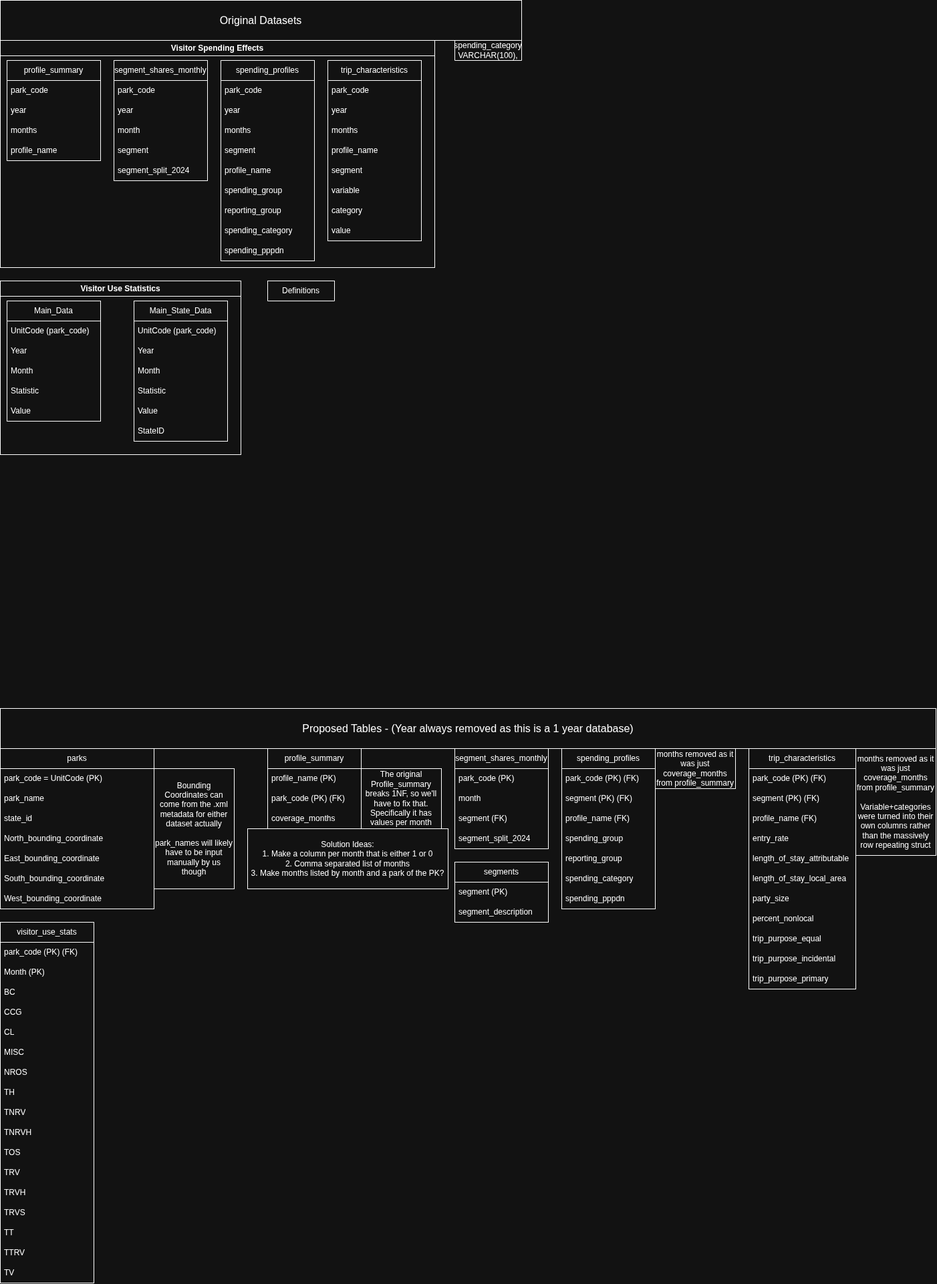
The draw.io diagram NP_Analysis_TableOverviewAndPlanning.drawio.png in PoisonAssassin13/IEM4723_NP_Analysists, before a commit. Source tidied: cells renumbered, new cells last; positions are measured from the earlier drawing's top-left corner, leaving out a move shared by most shapes.
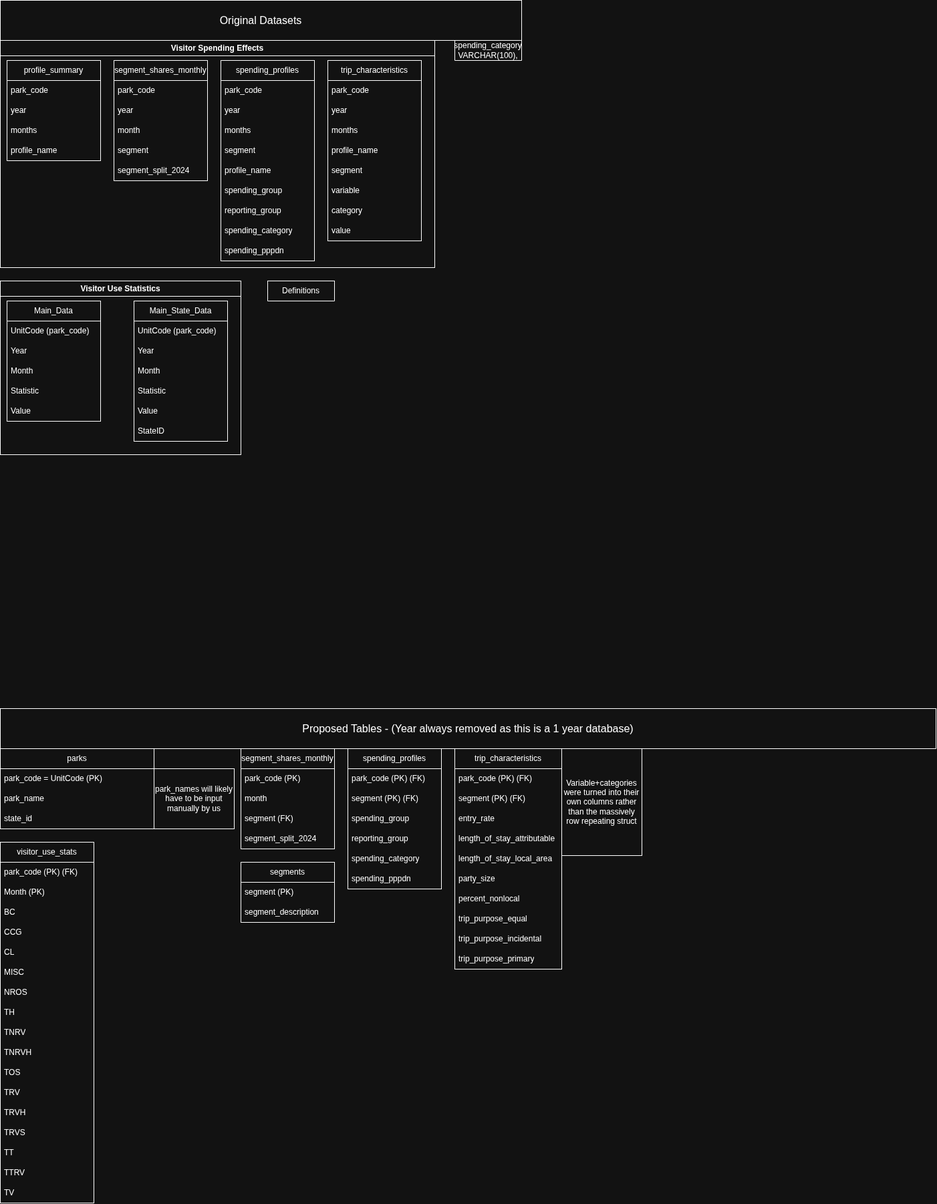
The same diagram one commit later.

Commit message:
Removing Profile Summary table and references to such for purposes of cleaner database design.

What changed in the source:
```diff
@@ -150,7 +150,7 @@
       <mxGeometry y="1060" width="1400" height="60" as="geometry" />
     </mxCell>
     <mxCell id="51" value="parks" style="swimlane;fontStyle=0;horizontal=1;startSize=30;whiteSpace=wrap;html=1;" parent="1" vertex="1">
-      <mxGeometry y="1120" width="230" height="240" as="geometry" />
+      <mxGeometry y="1120" width="230" height="120" as="geometry" />
     </mxCell>
     <mxCell id="52" value="park_code = UnitCode (PK)" style="text;strokeColor=none;fillColor=none;align=left;verticalAlign=middle;spacingLeft=4;spacingRight=4;overflow=hidden;whiteSpace=wrap;html=1;" parent="51" vertex="1">
       <mxGeometry y="30" width="230" height="30" as="geometry" />
@@ -161,38 +161,11 @@
     <mxCell id="54" value="state_id" style="text;strokeColor=none;fillColor=none;align=left;verticalAlign=middle;spacingLeft=4;spacingRight=4;overflow=hidden;whiteSpace=wrap;html=1;" parent="51" vertex="1">
       <mxGeometry y="90" width="230" height="30" as="geometry" />
     </mxCell>
-    <mxCell id="55" value="North_bounding_coordinate" style="text;strokeColor=none;fillColor=none;align=left;verticalAlign=middle;spacingLeft=4;spacingRight=4;overflow=hidden;whiteSpace=wrap;html=1;" parent="51" vertex="1">
-      <mxGeometry y="120" width="230" height="30" as="geometry" />
-    </mxCell>
-    <mxCell id="56" value="East_bounding_coordinate" style="text;strokeColor=none;fillColor=none;align=left;verticalAlign=middle;spacingLeft=4;spacingRight=4;overflow=hidden;whiteSpace=wrap;html=1;" parent="51" vertex="1">
-      <mxGeometry y="150" width="230" height="30" as="geometry" />
-    </mxCell>
-    <mxCell id="57" value="South_bounding_coordinate" style="text;strokeColor=none;fillColor=none;align=left;verticalAlign=middle;spacingLeft=4;spacingRight=4;overflow=hidden;whiteSpace=wrap;html=1;" parent="51" vertex="1">
-      <mxGeometry y="180" width="230" height="30" as="geometry" />
-    </mxCell>
-    <mxCell id="58" value="West_bounding_coordinate" style="text;strokeColor=none;fillColor=none;align=left;verticalAlign=middle;spacingLeft=4;spacingRight=4;overflow=hidden;whiteSpace=wrap;html=1;" parent="51" vertex="1">
-      <mxGeometry y="210" width="230" height="30" as="geometry" />
-    </mxCell>
-    <mxCell id="59" value="Bounding Coordinates can come from the .xml metadata for either dataset actually&lt;div&gt;&lt;br&gt;&lt;/div&gt;&lt;div&gt;park_names will likely have to be input manually by us though&lt;/div&gt;" style="rounded=0;whiteSpace=wrap;html=1;" parent="1" vertex="1">
-      <mxGeometry x="230" y="1150" width="120" height="180" as="geometry" />
+    <mxCell id="59" value="&lt;div&gt;&lt;span style=&quot;background-color: transparent; color: light-dark(#000000, var(--ge-light-color, #ffffff));&quot;&gt;park_names will likely have to be input manually by us&lt;/span&gt;&lt;/div&gt;" style="rounded=0;whiteSpace=wrap;html=1;" parent="1" vertex="1">
+      <mxGeometry x="230" y="1150" width="120" height="90" as="geometry" />
     </mxCell>
-    <mxCell id="60" value="profile_summary" style="swimlane;fontStyle=0;horizontal=1;startSize=30;whiteSpace=wrap;html=1;" parent="1" vertex="1">
-      <mxGeometry x="400" y="1120" width="140" height="120" as="geometry" />
-    </mxCell>
-    <mxCell id="61" value="profile_name (PK)" style="text;strokeColor=none;fillColor=none;align=left;verticalAlign=middle;spacingLeft=4;spacingRight=4;overflow=hidden;whiteSpace=wrap;html=1;" parent="60" vertex="1">
-      <mxGeometry y="30" width="140" height="30" as="geometry" />
-    </mxCell>
-    <mxCell id="62" value="park_code (PK) (FK)" style="text;strokeColor=none;fillColor=none;align=left;verticalAlign=middle;spacingLeft=4;spacingRight=4;overflow=hidden;whiteSpace=wrap;html=1;" parent="60" vertex="1">
-      <mxGeometry y="60" width="140" height="30" as="geometry" />
-    </mxCell>
-    <mxCell id="63" value="coverage_months" style="text;strokeColor=none;fillColor=none;align=left;verticalAlign=middle;spacingLeft=4;spacingRight=4;overflow=hidden;whiteSpace=wrap;html=1;" parent="60" vertex="1">
-      <mxGeometry y="90" width="140" height="30" as="geometry" />
-    </mxCell>
-    <mxCell id="64" value="The original Profile_summary breaks 1NF, so we'll have to fix that. Specifically it has values per month" style="rounded=0;whiteSpace=wrap;html=1;" parent="1" vertex="1">
-      <mxGeometry x="540" y="1150" width="120" height="90" as="geometry" />
-    </mxCell>
     <mxCell id="65" value="segment_shares_monthly" style="swimlane;fontStyle=0;horizontal=1;startSize=30;whiteSpace=wrap;html=1;" parent="1" vertex="1">
-      <mxGeometry x="680" y="1120" width="140" height="150" as="geometry" />
+      <mxGeometry x="360" y="1120" width="140" height="150" as="geometry" />
     </mxCell>
     <mxCell id="66" value="park_code (PK)" style="text;strokeColor=none;fillColor=none;align=left;verticalAlign=middle;spacingLeft=4;spacingRight=4;overflow=hidden;whiteSpace=wrap;html=1;" parent="65" vertex="1">
       <mxGeometry y="30" width="140" height="30" as="geometry" />
@@ -207,7 +180,7 @@
       <mxGeometry y="120" width="140" height="30" as="geometry" />
     </mxCell>
     <mxCell id="70" value="trip_characteristics" style="swimlane;fontStyle=0;horizontal=1;startSize=30;whiteSpace=wrap;html=1;" parent="1" vertex="1">
-      <mxGeometry x="1120" y="1120" width="160" height="360" as="geometry" />
+      <mxGeometry x="680" y="1120" width="160" height="330" as="geometry" />
     </mxCell>
     <mxCell id="71" value="park_code (PK) (FK)" style="text;strokeColor=none;fillColor=none;align=left;verticalAlign=middle;spacingLeft=4;spacingRight=4;overflow=hidden;whiteSpace=wrap;html=1;" parent="70" vertex="1">
       <mxGeometry y="30" width="160" height="30" as="geometry" />
@@ -215,41 +188,35 @@
     <mxCell id="72" value="segment (PK) (FK)" style="text;strokeColor=none;fillColor=none;align=left;verticalAlign=middle;spacingLeft=4;spacingRight=4;overflow=hidden;whiteSpace=wrap;html=1;" parent="70" vertex="1">
       <mxGeometry y="60" width="160" height="30" as="geometry" />
     </mxCell>
-    <mxCell id="73" value="profile_name (FK)" style="text;strokeColor=none;fillColor=none;align=left;verticalAlign=middle;spacingLeft=4;spacingRight=4;overflow=hidden;whiteSpace=wrap;html=1;" parent="70" vertex="1">
-      <mxGeometry y="90" width="160" height="30" as="geometry" />
-    </mxCell>
     <mxCell id="74" value="entry_rate" style="text;strokeColor=none;fillColor=none;align=left;verticalAlign=middle;spacingLeft=4;spacingRight=4;overflow=hidden;whiteSpace=wrap;html=1;" parent="70" vertex="1">
-      <mxGeometry y="120" width="160" height="30" as="geometry" />
+      <mxGeometry y="90" width="160" height="30" as="geometry" />
     </mxCell>
     <mxCell id="75" value="length_of_stay_attributable" style="text;strokeColor=none;fillColor=none;align=left;verticalAlign=middle;spacingLeft=4;spacingRight=4;overflow=hidden;whiteSpace=wrap;html=1;" parent="70" vertex="1">
-      <mxGeometry y="150" width="160" height="30" as="geometry" />
+      <mxGeometry y="120" width="160" height="30" as="geometry" />
     </mxCell>
     <mxCell id="76" value="length_of_stay_local_area" style="text;strokeColor=none;fillColor=none;align=left;verticalAlign=middle;spacingLeft=4;spacingRight=4;overflow=hidden;whiteSpace=wrap;html=1;" parent="70" vertex="1">
-      <mxGeometry y="180" width="160" height="30" as="geometry" />
+      <mxGeometry y="150" width="160" height="30" as="geometry" />
     </mxCell>
     <mxCell id="77" value="party_size" style="text;strokeColor=none;fillColor=none;align=left;verticalAlign=middle;spacingLeft=4;spacingRight=4;overflow=hidden;whiteSpace=wrap;html=1;" parent="70" vertex="1">
-      <mxGeometry y="210" width="160" height="30" as="geometry" />
+      <mxGeometry y="180" width="160" height="30" as="geometry" />
     </mxCell>
     <mxCell id="78" value="percent_nonlocal" style="text;strokeColor=none;fillColor=none;align=left;verticalAlign=middle;spacingLeft=4;spacingRight=4;overflow=hidden;whiteSpace=wrap;html=1;" parent="70" vertex="1">
-      <mxGeometry y="240" width="160" height="30" as="geometry" />
+      <mxGeometry y="210" width="160" height="30" as="geometry" />
     </mxCell>
     <mxCell id="79" value="trip_purpose_equal" style="text;strokeColor=none;fillColor=none;align=left;verticalAlign=middle;spacingLeft=4;spacingRight=4;overflow=hidden;whiteSpace=wrap;html=1;" parent="70" vertex="1">
-      <mxGeometry y="270" width="160" height="30" as="geometry" />
+      <mxGeometry y="240" width="160" height="30" as="geometry" />
     </mxCell>
     <mxCell id="80" value="trip_purpose_incidental" style="text;strokeColor=none;fillColor=none;align=left;verticalAlign=middle;spacingLeft=4;spacingRight=4;overflow=hidden;whiteSpace=wrap;html=1;" parent="70" vertex="1">
-      <mxGeometry y="300" width="160" height="30" as="geometry" />
+      <mxGeometry y="270" width="160" height="30" as="geometry" />
     </mxCell>
     <mxCell id="81" value="trip_purpose_primary" style="text;strokeColor=none;fillColor=none;align=left;verticalAlign=middle;spacingLeft=4;spacingRight=4;overflow=hidden;whiteSpace=wrap;html=1;" parent="70" vertex="1">
-      <mxGeometry y="330" width="160" height="30" as="geometry" />
+      <mxGeometry y="300" width="160" height="30" as="geometry" />
     </mxCell>
-    <mxCell id="82" value="months removed as it was just coverage_months from profile_summary" style="rounded=0;whiteSpace=wrap;html=1;" parent="1" vertex="1">
-      <mxGeometry x="980" y="1120" width="120" height="60" as="geometry" />
-    </mxCell>
-    <mxCell id="83" value="months removed as it was just coverage_months from profile_summary&lt;br&gt;&lt;br&gt;Variable+categories were turned into their own columns rather than the massively row repeating struct" style="rounded=0;whiteSpace=wrap;html=1;" parent="1" vertex="1">
-      <mxGeometry x="1280" y="1120" width="120" height="160" as="geometry" />
+    <mxCell id="83" value="Variable+categories were turned into their own columns rather than the massively row repeating struct" style="rounded=0;whiteSpace=wrap;html=1;" parent="1" vertex="1">
+      <mxGeometry x="840" y="1120" width="120" height="160" as="geometry" />
     </mxCell>
     <mxCell id="84" value="spending_profiles" style="swimlane;fontStyle=0;horizontal=1;startSize=30;whiteSpace=wrap;html=1;" parent="1" vertex="1">
-      <mxGeometry x="840" y="1120" width="140" height="240" as="geometry" />
+      <mxGeometry x="520" y="1120" width="140" height="210" as="geometry" />
     </mxCell>
     <mxCell id="85" value="park_code (PK) (FK)" style="text;strokeColor=none;fillColor=none;align=left;verticalAlign=middle;spacingLeft=4;spacingRight=4;overflow=hidden;whiteSpace=wrap;html=1;" parent="84" vertex="1">
       <mxGeometry y="30" width="140" height="30" as="geometry" />
@@ -257,23 +224,20 @@
     <mxCell id="86" value="segment (PK) (FK)" style="text;strokeColor=none;fillColor=none;align=left;verticalAlign=middle;spacingLeft=4;spacingRight=4;overflow=hidden;whiteSpace=wrap;html=1;" parent="84" vertex="1">
       <mxGeometry y="60" width="140" height="30" as="geometry" />
     </mxCell>
-    <mxCell id="87" value="profile_name (FK)" style="text;strokeColor=none;fillColor=none;align=left;verticalAlign=middle;spacingLeft=4;spacingRight=4;overflow=hidden;whiteSpace=wrap;html=1;" parent="84" vertex="1">
-      <mxGeometry y="90" width="140" height="30" as="geometry" />
-    </mxCell>
     <mxCell id="88" value="spending_group" style="text;strokeColor=none;fillColor=none;align=left;verticalAlign=middle;spacingLeft=4;spacingRight=4;overflow=hidden;whiteSpace=wrap;html=1;" parent="84" vertex="1">
-      <mxGeometry y="120" width="140" height="30" as="geometry" />
+      <mxGeometry y="90" width="140" height="30" as="geometry" />
     </mxCell>
     <mxCell id="89" value="reporting_group" style="text;strokeColor=none;fillColor=none;align=left;verticalAlign=middle;spacingLeft=4;spacingRight=4;overflow=hidden;whiteSpace=wrap;html=1;" parent="84" vertex="1">
-      <mxGeometry y="150" width="140" height="30" as="geometry" />
+      <mxGeometry y="120" width="140" height="30" as="geometry" />
     </mxCell>
     <mxCell id="90" value="spending_category" style="text;strokeColor=none;fillColor=none;align=left;verticalAlign=middle;spacingLeft=4;spacingRight=4;overflow=hidden;whiteSpace=wrap;html=1;" parent="84" vertex="1">
-      <mxGeometry y="180" width="140" height="30" as="geometry" />
+      <mxGeometry y="150" width="140" height="30" as="geometry" />
     </mxCell>
     <mxCell id="91" value="spending_pppdn" style="text;strokeColor=none;fillColor=none;align=left;verticalAlign=middle;spacingLeft=4;spacingRight=4;overflow=hidden;whiteSpace=wrap;html=1;" parent="84" vertex="1">
-      <mxGeometry y="210" width="140" height="30" as="geometry" />
+      <mxGeometry y="180" width="140" height="30" as="geometry" />
     </mxCell>
     <mxCell id="92" value="segments" style="swimlane;fontStyle=0;horizontal=1;startSize=30;whiteSpace=wrap;html=1;" parent="1" vertex="1">
-      <mxGeometry x="680" y="1290" width="140" height="90" as="geometry" />
+      <mxGeometry x="360" y="1290" width="140" height="90" as="geometry" />
     </mxCell>
     <mxCell id="93" value="segment (PK)" style="text;strokeColor=none;fillColor=none;align=left;verticalAlign=middle;spacingLeft=4;spacingRight=4;overflow=hidden;whiteSpace=wrap;html=1;" parent="92" vertex="1">
       <mxGeometry y="30" width="140" height="30" as="geometry" />
@@ -282,7 +246,7 @@
       <mxGeometry y="60" width="140" height="30" as="geometry" />
     </mxCell>
     <mxCell id="95" value="visitor_use_stats" style="swimlane;fontStyle=0;horizontal=1;startSize=30;whiteSpace=wrap;html=1;" parent="1" vertex="1">
-      <mxGeometry y="1380" width="140" height="540" as="geometry" />
+      <mxGeometry y="1260" width="140" height="540" as="geometry" />
     </mxCell>
     <mxCell id="96" value="park_code (PK) (FK)" style="text;strokeColor=none;fillColor=none;align=left;verticalAlign=middle;spacingLeft=4;spacingRight=4;overflow=hidden;whiteSpace=wrap;html=1;" parent="95" vertex="1">
       <mxGeometry y="30" width="140" height="30" as="geometry" />
@@ -335,8 +299,5 @@
     <mxCell id="112" value="TV" style="text;strokeColor=none;fillColor=none;align=left;verticalAlign=middle;spacingLeft=4;spacingRight=4;overflow=hidden;whiteSpace=wrap;html=1;" parent="95" vertex="1">
       <mxGeometry y="510" width="140" height="30" as="geometry" />
     </mxCell>
-    <mxCell id="113" value="Solution Ideas:&lt;div&gt;1. Make a column per month that is either 1 or 0&lt;/div&gt;&lt;div&gt;2. Comma separated list of months&lt;/div&gt;&lt;div&gt;3. Make months listed by month and a park of the PK?&lt;/div&gt;" style="rounded=0;whiteSpace=wrap;html=1;" parent="1" vertex="1">
-      <mxGeometry x="370" y="1240" width="300" height="90" as="geometry" />
-    </mxCell>
   </root>
 </mxGraphModel>
```
